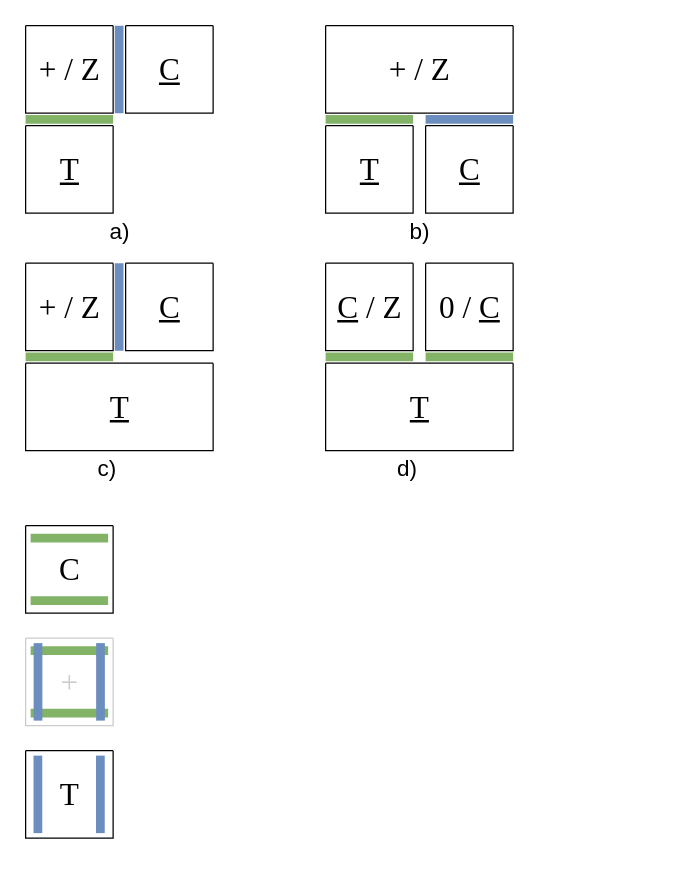
Earlier version of the draw.io diagram translation.drawio (alexandrupaler/alexandrupaler.github.io). Source tidied: cells renumbered, new cells numbered last; positions are measured from the earlier drawing's top-left corner, leaving out a move shared by most shapes. Both pictures are drawn from the tidied source at 125%, with x=0, y=0 at pixel (25, 25).
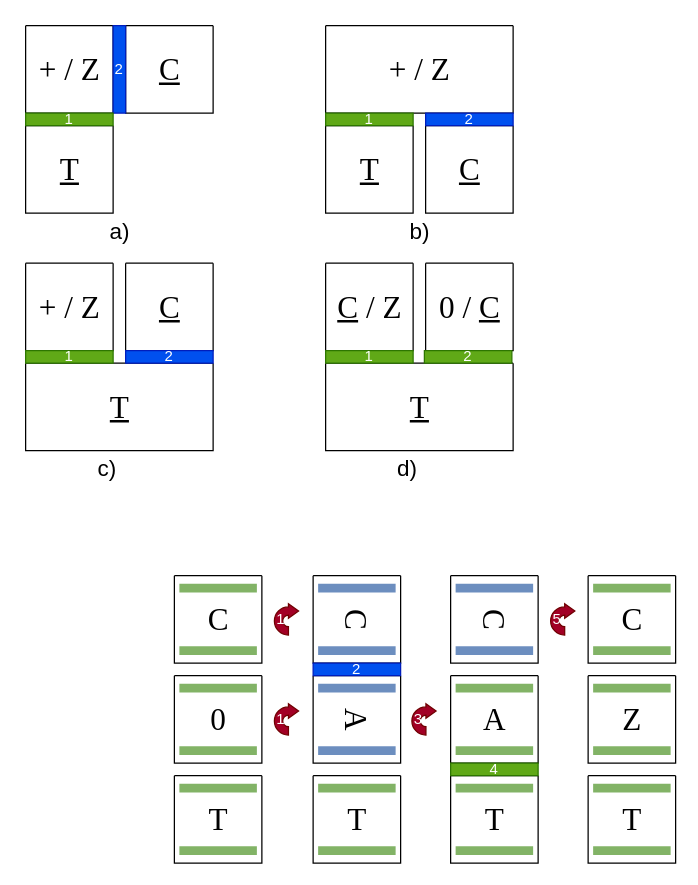
After the change.

Unchanged cells that the change refers to:
```xml
<mxCell id="4" style="swimlane;startSize=0;" parent="1" vertex="1">
  <mxGeometry x="80" width="70" height="70" as="geometry" />
</mxCell>
```

Diff of the diagram source:
```diff
@@
+    <mxCell id="6" style="swimlane;startSize=0;" parent="1" vertex="1">
+      <mxGeometry y="80" width="70" height="70" as="geometry" />
+    </mxCell>
+    <mxCell id="7" value="&lt;u&gt;&lt;font&gt;T&lt;/font&gt;&lt;/u&gt;" style="text;html=1;align=center;verticalAlign=middle;strokeColor=none;fillColor=none;fontSize=25;fontFamily=Garamond;" parent="6" vertex="1">
+      <mxGeometry x="15" y="15" width="40" height="40" as="geometry" />
+    </mxCell>
@@
-    <mxCell id="6" style="swimlane;startSize=0;" parent="1" vertex="1">
-      <mxGeometry y="80" width="70" height="70" as="geometry" />
-    </mxCell>
-    <mxCell id="7" value="&lt;u&gt;&lt;font&gt;T&lt;/font&gt;&lt;/u&gt;" style="text;html=1;align=center;verticalAlign=middle;strokeColor=none;fillColor=none;fontSize=25;fontFamily=Garamond;" parent="6" vertex="1">
-      <mxGeometry x="15" y="15" width="40" height="40" as="geometry" />
-    </mxCell>
+    <mxCell id="52" value="2" style="rounded=0;whiteSpace=wrap;html=1;fillColor=#0050ef;fontColor=#ffffff;strokeColor=#001DBC;" parent="4" vertex="1">
+      <mxGeometry x="-10" width="10" height="70" as="geometry" />
+    </mxCell>
@@
-    <mxCell id="26" style="endArrow=none;html=1;rounded=0;strokeWidth=7;fillColor=#d5e8d4;strokeColor=#82b366;" parent="1" edge="1">
-      <mxGeometry relative="1" as="geometry">
-        <mxPoint y="75" as="sourcePoint" />
-        <mxPoint x="70" y="75" as="targetPoint" />
-      </mxGeometry>
-    </mxCell>
-    <mxCell id="27" style="endArrow=none;html=1;rounded=0;strokeWidth=7;fillColor=#dae8fc;strokeColor=#6c8ebf;" parent="1" edge="1">
-      <mxGeometry relative="1" as="geometry">
-        <mxPoint x="74.8" as="sourcePoint" />
-        <mxPoint x="74.8" y="70" as="targetPoint" />
-      </mxGeometry>
-    </mxCell>
-    <mxCell id="28" style="endArrow=none;html=1;rounded=0;strokeWidth=7;fillColor=#d5e8d4;strokeColor=#82b366;" parent="1" edge="1">
-      <mxGeometry relative="1" as="geometry">
-        <mxPoint x="240" y="75" as="sourcePoint" />
-        <mxPoint x="310" y="75" as="targetPoint" />
-      </mxGeometry>
-    </mxCell>
-    <mxCell id="29" style="endArrow=none;html=1;rounded=0;strokeWidth=7;fillColor=#dae8fc;strokeColor=#6c8ebf;" parent="1" edge="1">
-      <mxGeometry relative="1" as="geometry">
-        <mxPoint x="320" y="75" as="sourcePoint" />
-        <mxPoint x="390" y="75" as="targetPoint" />
-      </mxGeometry>
-    </mxCell>
-    <mxCell id="30" style="endArrow=none;html=1;rounded=0;strokeWidth=7;fillColor=#d5e8d4;strokeColor=#82b366;" parent="1" edge="1">
-      <mxGeometry relative="1" as="geometry">
-        <mxPoint y="265" as="sourcePoint" />
-        <mxPoint x="70" y="265" as="targetPoint" />
-      </mxGeometry>
-    </mxCell>
-    <mxCell id="31" style="endArrow=none;html=1;rounded=0;strokeWidth=7;fillColor=#dae8fc;strokeColor=#6c8ebf;" parent="1" edge="1">
-      <mxGeometry relative="1" as="geometry">
-        <mxPoint x="74.8" y="190" as="sourcePoint" />
-        <mxPoint x="74.8" y="260" as="targetPoint" />
-      </mxGeometry>
-    </mxCell>
-    <mxCell id="32" style="endArrow=none;html=1;rounded=0;strokeWidth=7;fillColor=#d5e8d4;strokeColor=#82b366;" parent="1" edge="1">
-      <mxGeometry relative="1" as="geometry">
-        <mxPoint x="240" y="265" as="sourcePoint" />
-        <mxPoint x="310" y="265" as="targetPoint" />
-      </mxGeometry>
-    </mxCell>
-    <mxCell id="33" style="endArrow=none;html=1;rounded=0;strokeWidth=7;fillColor=#d5e8d4;strokeColor=#82b366;" parent="1" edge="1">
-      <mxGeometry relative="1" as="geometry">
-        <mxPoint x="320" y="265" as="sourcePoint" />
-        <mxPoint x="390" y="265" as="targetPoint" />
-      </mxGeometry>
-    </mxCell>
@@
-    <mxCell id="38" style="swimlane;startSize=0;" parent="1" vertex="1">
-      <mxGeometry y="400" width="70" height="70" as="geometry" />
-    </mxCell>
-    <mxCell id="39" value="&lt;font&gt;C&lt;/font&gt;" style="text;html=1;align=center;verticalAlign=middle;strokeColor=none;fillColor=none;fontSize=25;fontFamily=Garamond;" parent="38" vertex="1">
-      <mxGeometry x="15" y="15" width="40" height="40" as="geometry" />
-    </mxCell>
-    <mxCell id="40" style="endArrow=none;html=1;rounded=0;strokeWidth=7;fillColor=#d5e8d4;strokeColor=#82b366;" parent="38" edge="1">
-      <mxGeometry relative="1" as="geometry">
-        <mxPoint x="4" y="10" as="sourcePoint" />
-        <mxPoint x="66" y="10" as="targetPoint" />
-      </mxGeometry>
-    </mxCell>
-    <mxCell id="41" style="endArrow=none;html=1;rounded=0;strokeWidth=7;fillColor=#d5e8d4;strokeColor=#82b366;" parent="38" edge="1">
-      <mxGeometry relative="1" as="geometry">
-        <mxPoint x="4" y="60" as="sourcePoint" />
-        <mxPoint x="66" y="60" as="targetPoint" />
-      </mxGeometry>
-    </mxCell>
-    <mxCell id="42" style="swimlane;startSize=0;strokeColor=#CCCCCC;" parent="1" vertex="1">
-      <mxGeometry y="490" width="70" height="70" as="geometry" />
-    </mxCell>
-    <mxCell id="43" value="&lt;font&gt;+&lt;/font&gt;" style="text;html=1;align=center;verticalAlign=middle;strokeColor=none;fillColor=none;fontSize=25;fontFamily=Garamond;fontColor=#CCCCCC;" parent="42" vertex="1">
-      <mxGeometry x="15" y="15" width="40" height="40" as="geometry" />
-    </mxCell>
-    <mxCell id="44" style="endArrow=none;html=1;rounded=0;strokeWidth=7;fillColor=#d5e8d4;strokeColor=#82b366;" parent="42" edge="1">
-      <mxGeometry relative="1" as="geometry">
-        <mxPoint x="4" y="10" as="sourcePoint" />
-        <mxPoint x="66" y="10" as="targetPoint" />
-      </mxGeometry>
-    </mxCell>
-    <mxCell id="45" style="endArrow=none;html=1;rounded=0;strokeWidth=7;fillColor=#d5e8d4;strokeColor=#82b366;" parent="42" edge="1">
-      <mxGeometry relative="1" as="geometry">
-        <mxPoint x="4" y="60" as="sourcePoint" />
-        <mxPoint x="66" y="60" as="targetPoint" />
-      </mxGeometry>
-    </mxCell>
-    <mxCell id="46" style="endArrow=none;html=1;rounded=0;strokeWidth=7;fillColor=#dae8fc;strokeColor=#6c8ebf;" parent="42" edge="1">
-      <mxGeometry relative="1" as="geometry">
-        <mxPoint x="9.9" y="4" as="sourcePoint" />
-        <mxPoint x="9.9" y="66" as="targetPoint" />
-      </mxGeometry>
-    </mxCell>
-    <mxCell id="47" style="endArrow=none;html=1;rounded=0;strokeWidth=7;fillColor=#dae8fc;strokeColor=#6c8ebf;" parent="42" edge="1">
-      <mxGeometry relative="1" as="geometry">
-        <mxPoint x="59.9" y="4" as="sourcePoint" />
-        <mxPoint x="59.9" y="66" as="targetPoint" />
-      </mxGeometry>
-    </mxCell>
-    <mxCell id="48" style="swimlane;startSize=0;" parent="1" vertex="1">
-      <mxGeometry y="580" width="70" height="70" as="geometry" />
-    </mxCell>
-    <mxCell id="49" style="endArrow=none;html=1;rounded=0;strokeWidth=7;fillColor=#dae8fc;strokeColor=#6c8ebf;" parent="48" edge="1">
-      <mxGeometry relative="1" as="geometry">
-        <mxPoint x="9.8" y="4" as="sourcePoint" />
-        <mxPoint x="9.8" y="66" as="targetPoint" />
-      </mxGeometry>
-    </mxCell>
-    <mxCell id="50" style="endArrow=none;html=1;rounded=0;strokeWidth=7;fillColor=#dae8fc;strokeColor=#6c8ebf;" parent="48" edge="1">
-      <mxGeometry relative="1" as="geometry">
-        <mxPoint x="59.8" y="4" as="sourcePoint" />
-        <mxPoint x="59.8" y="66" as="targetPoint" />
-      </mxGeometry>
-    </mxCell>
-    <mxCell id="51" value="&lt;font&gt;T&lt;/font&gt;" style="text;html=1;align=center;verticalAlign=middle;strokeColor=none;fillColor=none;fontSize=25;fontFamily=Garamond;" parent="48" vertex="1">
-      <mxGeometry x="14.8" y="15" width="40" height="40" as="geometry" />
-    </mxCell>
+    <mxCell id="53" style="swimlane;startSize=0;" parent="1" vertex="1">
+      <mxGeometry x="119" y="440" width="70" height="70" as="geometry" />
+    </mxCell>
+    <mxCell id="54" value="&lt;font&gt;C&lt;/font&gt;" style="text;html=1;align=center;verticalAlign=middle;strokeColor=none;fillColor=none;fontSize=25;fontFamily=Garamond;" parent="53" vertex="1">
+      <mxGeometry x="15" y="15" width="40" height="40" as="geometry" />
+    </mxCell>
+    <mxCell id="55" style="endArrow=none;html=1;rounded=0;strokeWidth=7;fillColor=#d5e8d4;strokeColor=#82b366;" parent="53" edge="1">
+      <mxGeometry relative="1" as="geometry">
+        <mxPoint x="4" y="10" as="sourcePoint" />
+        <mxPoint x="66" y="10" as="targetPoint" />
+      </mxGeometry>
+    </mxCell>
+    <mxCell id="56" style="endArrow=none;html=1;rounded=0;strokeWidth=7;fillColor=#d5e8d4;strokeColor=#82b366;" parent="53" edge="1">
+      <mxGeometry relative="1" as="geometry">
+        <mxPoint x="4" y="60" as="sourcePoint" />
+        <mxPoint x="66" y="60" as="targetPoint" />
+      </mxGeometry>
+    </mxCell>
+    <mxCell id="57" style="swimlane;startSize=0;" parent="1" vertex="1">
+      <mxGeometry x="119" y="600" width="70" height="70" as="geometry" />
+    </mxCell>
+    <mxCell id="58" value="T" style="text;html=1;align=center;verticalAlign=middle;strokeColor=none;fillColor=none;fontSize=25;fontFamily=Garamond;" parent="57" vertex="1">
+      <mxGeometry x="15" y="15" width="40" height="40" as="geometry" />
+    </mxCell>
+    <mxCell id="59" style="endArrow=none;html=1;rounded=0;strokeWidth=7;fillColor=#d5e8d4;strokeColor=#82b366;" parent="57" edge="1">
+      <mxGeometry relative="1" as="geometry">
+        <mxPoint x="4" y="10" as="sourcePoint" />
+        <mxPoint x="66" y="10" as="targetPoint" />
+      </mxGeometry>
+    </mxCell>
+    <mxCell id="60" style="endArrow=none;html=1;rounded=0;strokeWidth=7;fillColor=#d5e8d4;strokeColor=#82b366;" parent="57" edge="1">
+      <mxGeometry relative="1" as="geometry">
+        <mxPoint x="4" y="60" as="sourcePoint" />
+        <mxPoint x="66" y="60" as="targetPoint" />
+      </mxGeometry>
+    </mxCell>
+    <mxCell id="61" value="1" style="html=1;shadow=0;dashed=0;align=left;verticalAlign=middle;shape=mxgraph.arrows2.uTurnArrow;dy=3.33;arrowHead=11.66;dx2=8.13;fillColor=#a20025;strokeColor=#6F0000;fontFamily=Helvetica;fontStyle=0;fontSize=12;fontColor=#ffffff;" parent="1" vertex="1">
+      <mxGeometry x="199" y="462.5" width="10" height="25" as="geometry" />
+    </mxCell>
+    <mxCell id="62" style="swimlane;startSize=0;" parent="1" vertex="1">
+      <mxGeometry x="230" y="440" width="70" height="70" as="geometry" />
+    </mxCell>
+    <mxCell id="63" value="&lt;font&gt;C&lt;/font&gt;" style="text;html=1;align=center;verticalAlign=middle;strokeColor=none;fillColor=none;fontSize=25;fontFamily=Garamond;rotation=90;" parent="62" vertex="1">
+      <mxGeometry x="15" y="15" width="40" height="40" as="geometry" />
+    </mxCell>
+    <mxCell id="64" style="endArrow=none;html=1;rounded=0;strokeWidth=7;fillColor=#dae8fc;strokeColor=#6c8ebf;" parent="62" edge="1">
+      <mxGeometry relative="1" as="geometry">
+        <mxPoint x="4" y="10" as="sourcePoint" />
+        <mxPoint x="66" y="10" as="targetPoint" />
+      </mxGeometry>
+    </mxCell>
+    <mxCell id="65" style="endArrow=none;html=1;rounded=0;strokeWidth=7;fillColor=#dae8fc;strokeColor=#6c8ebf;" parent="62" edge="1">
+      <mxGeometry relative="1" as="geometry">
+        <mxPoint x="4" y="60" as="sourcePoint" />
+        <mxPoint x="66" y="60" as="targetPoint" />
+      </mxGeometry>
+    </mxCell>
+    <mxCell id="66" style="swimlane;startSize=0;" parent="1" vertex="1">
+      <mxGeometry x="119" y="520" width="70" height="70" as="geometry" />
+    </mxCell>
+    <mxCell id="67" value="0" style="text;html=1;align=center;verticalAlign=middle;strokeColor=none;fillColor=none;fontSize=25;fontFamily=Garamond;" parent="66" vertex="1">
+      <mxGeometry x="15" y="15" width="40" height="40" as="geometry" />
+    </mxCell>
+    <mxCell id="68" style="endArrow=none;html=1;rounded=0;strokeWidth=7;fillColor=#d5e8d4;strokeColor=#82b366;" parent="66" edge="1">
+      <mxGeometry relative="1" as="geometry">
+        <mxPoint x="4" y="10" as="sourcePoint" />
+        <mxPoint x="66" y="10" as="targetPoint" />
+      </mxGeometry>
+    </mxCell>
+    <mxCell id="69" style="endArrow=none;html=1;rounded=0;strokeWidth=7;fillColor=#d5e8d4;strokeColor=#82b366;" parent="66" edge="1">
+      <mxGeometry relative="1" as="geometry">
+        <mxPoint x="4" y="60" as="sourcePoint" />
+        <mxPoint x="66" y="60" as="targetPoint" />
+      </mxGeometry>
+    </mxCell>
+    <mxCell id="70" style="swimlane;startSize=0;" parent="1" vertex="1">
+      <mxGeometry x="230" y="520" width="70" height="70" as="geometry" />
+    </mxCell>
+    <mxCell id="71" value="A" style="text;html=1;align=center;verticalAlign=middle;strokeColor=none;fillColor=none;fontSize=25;fontFamily=Garamond;rotation=90;" parent="70" vertex="1">
+      <mxGeometry x="15" y="15" width="40" height="40" as="geometry" />
+    </mxCell>
+    <mxCell id="72" style="endArrow=none;html=1;rounded=0;strokeWidth=7;fillColor=#dae8fc;strokeColor=#6c8ebf;" parent="70" edge="1">
+      <mxGeometry relative="1" as="geometry">
+        <mxPoint x="4" y="10" as="sourcePoint" />
+        <mxPoint x="66" y="10" as="targetPoint" />
+      </mxGeometry>
+    </mxCell>
+    <mxCell id="73" style="endArrow=none;html=1;rounded=0;strokeWidth=7;fillColor=#dae8fc;strokeColor=#6c8ebf;" parent="70" edge="1">
+      <mxGeometry relative="1" as="geometry">
+        <mxPoint x="4" y="60" as="sourcePoint" />
+        <mxPoint x="66" y="60" as="targetPoint" />
+      </mxGeometry>
+    </mxCell>
+    <mxCell id="74" style="swimlane;startSize=0;" parent="1" vertex="1">
+      <mxGeometry x="230" y="600" width="70" height="70" as="geometry" />
+    </mxCell>
+    <mxCell id="75" value="T" style="text;html=1;align=center;verticalAlign=middle;strokeColor=none;fillColor=none;fontSize=25;fontFamily=Garamond;" parent="74" vertex="1">
+      <mxGeometry x="15" y="15" width="40" height="40" as="geometry" />
+    </mxCell>
+    <mxCell id="76" style="endArrow=none;html=1;rounded=0;strokeWidth=7;fillColor=#d5e8d4;strokeColor=#82b366;" parent="74" edge="1">
+      <mxGeometry relative="1" as="geometry">
+        <mxPoint x="4" y="10" as="sourcePoint" />
+        <mxPoint x="66" y="10" as="targetPoint" />
+      </mxGeometry>
+    </mxCell>
+    <mxCell id="77" style="endArrow=none;html=1;rounded=0;strokeWidth=7;fillColor=#d5e8d4;strokeColor=#82b366;" parent="74" edge="1">
+      <mxGeometry relative="1" as="geometry">
+        <mxPoint x="4" y="60" as="sourcePoint" />
+        <mxPoint x="66" y="60" as="targetPoint" />
+      </mxGeometry>
+    </mxCell>
+    <mxCell id="78" style="swimlane;startSize=0;" parent="1" vertex="1">
+      <mxGeometry x="340" y="600" width="70" height="70" as="geometry" />
+    </mxCell>
+    <mxCell id="79" value="T" style="text;html=1;align=center;verticalAlign=middle;strokeColor=none;fillColor=none;fontSize=25;fontFamily=Garamond;" parent="78" vertex="1">
+      <mxGeometry x="15" y="15" width="40" height="40" as="geometry" />
+    </mxCell>
+    <mxCell id="80" style="endArrow=none;html=1;rounded=0;strokeWidth=7;fillColor=#d5e8d4;strokeColor=#82b366;" parent="78" edge="1">
+      <mxGeometry relative="1" as="geometry">
+        <mxPoint x="4" y="10" as="sourcePoint" />
+        <mxPoint x="66" y="10" as="targetPoint" />
+      </mxGeometry>
+    </mxCell>
+    <mxCell id="81" style="endArrow=none;html=1;rounded=0;strokeWidth=7;fillColor=#d5e8d4;strokeColor=#82b366;" parent="78" edge="1">
+      <mxGeometry relative="1" as="geometry">
+        <mxPoint x="4" y="60" as="sourcePoint" />
+        <mxPoint x="66" y="60" as="targetPoint" />
+      </mxGeometry>
+    </mxCell>
+    <mxCell id="82" style="swimlane;startSize=0;" parent="1" vertex="1">
+      <mxGeometry x="340" y="440" width="70" height="70" as="geometry" />
+    </mxCell>
+    <mxCell id="83" value="&lt;font&gt;C&lt;/font&gt;" style="text;html=1;align=center;verticalAlign=middle;strokeColor=none;fillColor=none;fontSize=25;fontFamily=Garamond;rotation=90;" parent="82" vertex="1">
+      <mxGeometry x="15" y="15" width="40" height="40" as="geometry" />
+    </mxCell>
+    <mxCell id="84" style="endArrow=none;html=1;rounded=0;strokeWidth=7;fillColor=#dae8fc;strokeColor=#6c8ebf;" parent="82" edge="1">
+      <mxGeometry relative="1" as="geometry">
+        <mxPoint x="4" y="10" as="sourcePoint" />
+        <mxPoint x="66" y="10" as="targetPoint" />
+      </mxGeometry>
+    </mxCell>
+    <mxCell id="85" style="endArrow=none;html=1;rounded=0;strokeWidth=7;fillColor=#dae8fc;strokeColor=#6c8ebf;" parent="82" edge="1">
+      <mxGeometry relative="1" as="geometry">
+        <mxPoint x="4" y="60" as="sourcePoint" />
+        <mxPoint x="66" y="60" as="targetPoint" />
+      </mxGeometry>
+    </mxCell>
+    <mxCell id="86" style="swimlane;startSize=0;" parent="1" vertex="1">
+      <mxGeometry x="340" y="520" width="70" height="70" as="geometry" />
+    </mxCell>
+    <mxCell id="87" value="A" style="text;html=1;align=center;verticalAlign=middle;strokeColor=none;fillColor=none;fontSize=25;fontFamily=Garamond;" parent="86" vertex="1">
+      <mxGeometry x="15" y="15" width="40" height="40" as="geometry" />
+    </mxCell>
+    <mxCell id="88" style="endArrow=none;html=1;rounded=0;strokeWidth=7;fillColor=#d5e8d4;strokeColor=#82b366;" parent="86" edge="1">
+      <mxGeometry relative="1" as="geometry">
+        <mxPoint x="4" y="10" as="sourcePoint" />
+        <mxPoint x="66" y="10" as="targetPoint" />
+      </mxGeometry>
+    </mxCell>
+    <mxCell id="89" style="endArrow=none;html=1;rounded=0;strokeWidth=7;fillColor=#d5e8d4;strokeColor=#82b366;" parent="86" edge="1">
+      <mxGeometry relative="1" as="geometry">
+        <mxPoint x="4" y="60" as="sourcePoint" />
+        <mxPoint x="66" y="60" as="targetPoint" />
+      </mxGeometry>
+    </mxCell>
+    <mxCell id="90" style="swimlane;startSize=0;" parent="1" vertex="1">
+      <mxGeometry x="450" y="440" width="70" height="70" as="geometry" />
+    </mxCell>
+    <mxCell id="91" value="&lt;font&gt;C&lt;/font&gt;" style="text;html=1;align=center;verticalAlign=middle;strokeColor=none;fillColor=none;fontSize=25;fontFamily=Garamond;" parent="90" vertex="1">
+      <mxGeometry x="15" y="15" width="40" height="40" as="geometry" />
+    </mxCell>
+    <mxCell id="92" style="endArrow=none;html=1;rounded=0;strokeWidth=7;fillColor=#d5e8d4;strokeColor=#82b366;" parent="90" edge="1">
+      <mxGeometry relative="1" as="geometry">
+        <mxPoint x="4" y="10" as="sourcePoint" />
+        <mxPoint x="66" y="10" as="targetPoint" />
+      </mxGeometry>
+    </mxCell>
+    <mxCell id="93" style="endArrow=none;html=1;rounded=0;strokeWidth=7;fillColor=#d5e8d4;strokeColor=#82b366;" parent="90" edge="1">
+      <mxGeometry relative="1" as="geometry">
+        <mxPoint x="4" y="60" as="sourcePoint" />
+        <mxPoint x="66" y="60" as="targetPoint" />
+      </mxGeometry>
+    </mxCell>
+    <mxCell id="94" style="swimlane;startSize=0;" parent="1" vertex="1">
+      <mxGeometry x="450" y="600" width="70" height="70" as="geometry" />
+    </mxCell>
+    <mxCell id="95" value="T" style="text;html=1;align=center;verticalAlign=middle;strokeColor=none;fillColor=none;fontSize=25;fontFamily=Garamond;" parent="94" vertex="1">
+      <mxGeometry x="15" y="15" width="40" height="40" as="geometry" />
+    </mxCell>
+    <mxCell id="96" style="endArrow=none;html=1;rounded=0;strokeWidth=7;fillColor=#d5e8d4;strokeColor=#82b366;" parent="94" edge="1">
+      <mxGeometry relative="1" as="geometry">
+        <mxPoint x="4" y="10" as="sourcePoint" />
+        <mxPoint x="66" y="10" as="targetPoint" />
+      </mxGeometry>
+    </mxCell>
+    <mxCell id="97" style="endArrow=none;html=1;rounded=0;strokeWidth=7;fillColor=#d5e8d4;strokeColor=#82b366;" parent="94" edge="1">
+      <mxGeometry relative="1" as="geometry">
+        <mxPoint x="4" y="60" as="sourcePoint" />
+        <mxPoint x="66" y="60" as="targetPoint" />
+      </mxGeometry>
+    </mxCell>
+    <mxCell id="98" style="swimlane;startSize=0;" parent="1" vertex="1">
+      <mxGeometry x="450" y="520" width="70" height="70" as="geometry" />
+    </mxCell>
+    <mxCell id="99" value="Z" style="text;html=1;align=center;verticalAlign=middle;strokeColor=none;fillColor=none;fontSize=25;fontFamily=Garamond;" parent="98" vertex="1">
+      <mxGeometry x="15" y="15" width="40" height="40" as="geometry" />
+    </mxCell>
+    <mxCell id="100" style="endArrow=none;html=1;rounded=0;strokeWidth=7;fillColor=#d5e8d4;strokeColor=#82b366;" parent="98" edge="1">
+      <mxGeometry relative="1" as="geometry">
+        <mxPoint x="4" y="10" as="sourcePoint" />
+        <mxPoint x="66" y="10" as="targetPoint" />
+      </mxGeometry>
+    </mxCell>
+    <mxCell id="101" style="endArrow=none;html=1;rounded=0;strokeWidth=7;fillColor=#d5e8d4;strokeColor=#82b366;" parent="98" edge="1">
+      <mxGeometry relative="1" as="geometry">
+        <mxPoint x="4" y="60" as="sourcePoint" />
+        <mxPoint x="66" y="60" as="targetPoint" />
+      </mxGeometry>
+    </mxCell>
+    <mxCell id="102" value="1" style="rounded=0;whiteSpace=wrap;html=1;fillColor=#60a917;fontColor=#ffffff;strokeColor=#2D7600;" parent="1" vertex="1">
+      <mxGeometry y="70" width="70" height="10" as="geometry" />
+    </mxCell>
+    <mxCell id="103" value="2" style="rounded=0;whiteSpace=wrap;html=1;fillColor=#0050ef;fontColor=#ffffff;strokeColor=#001DBC;" parent="1" vertex="1">
+      <mxGeometry x="320" y="70" width="70" height="10" as="geometry" />
+    </mxCell>
+    <mxCell id="104" value="1" style="rounded=0;whiteSpace=wrap;html=1;fillColor=#60a917;fontColor=#ffffff;strokeColor=#2D7600;" parent="1" vertex="1">
+      <mxGeometry x="240" y="70" width="70" height="10" as="geometry" />
+    </mxCell>
+    <mxCell id="105" value="1" style="rounded=0;whiteSpace=wrap;html=1;fillColor=#60a917;fontColor=#ffffff;strokeColor=#2D7600;" parent="1" vertex="1">
+      <mxGeometry y="260" width="70" height="10" as="geometry" />
+    </mxCell>
+    <mxCell id="106" value="2" style="rounded=0;whiteSpace=wrap;html=1;fillColor=#0050ef;fontColor=#ffffff;strokeColor=#001DBC;" parent="1" vertex="1">
+      <mxGeometry x="80" y="260" width="70" height="10" as="geometry" />
+    </mxCell>
+    <mxCell id="107" value="1" style="rounded=0;whiteSpace=wrap;html=1;fillColor=#60a917;fontColor=#ffffff;strokeColor=#2D7600;" parent="1" vertex="1">
+      <mxGeometry x="240" y="260" width="70" height="10" as="geometry" />
+    </mxCell>
+    <mxCell id="108" value="2" style="rounded=0;whiteSpace=wrap;html=1;fillColor=#60a917;fontColor=#ffffff;strokeColor=#2D7600;" parent="1" vertex="1">
+      <mxGeometry x="319" y="260" width="70" height="10" as="geometry" />
+    </mxCell>
+    <mxCell id="109" value="2" style="rounded=0;whiteSpace=wrap;html=1;fillColor=#0050ef;fontColor=#ffffff;strokeColor=#001DBC;" parent="1" vertex="1">
+      <mxGeometry x="230" y="510" width="70" height="10" as="geometry" />
+    </mxCell>
+    <mxCell id="110" value="4" style="rounded=0;whiteSpace=wrap;html=1;fillColor=#60a917;fontColor=#ffffff;strokeColor=#2D7600;" parent="1" vertex="1">
+      <mxGeometry x="340" y="590" width="70" height="10" as="geometry" />
+    </mxCell>
+    <mxCell id="111" value="1" style="html=1;shadow=0;dashed=0;align=left;verticalAlign=middle;shape=mxgraph.arrows2.uTurnArrow;dy=3.33;arrowHead=11.66;dx2=8.13;fillColor=#a20025;strokeColor=#6F0000;fontFamily=Helvetica;fontStyle=0;fontSize=12;fontColor=#ffffff;" parent="1" vertex="1">
+      <mxGeometry x="199" y="542.5" width="10" height="25" as="geometry" />
+    </mxCell>
+    <mxCell id="112" value="3" style="html=1;shadow=0;dashed=0;align=left;verticalAlign=middle;shape=mxgraph.arrows2.uTurnArrow;dy=3.33;arrowHead=11.66;dx2=8.13;fillColor=#a20025;strokeColor=#6F0000;fontFamily=Helvetica;fontStyle=0;fontSize=12;fontColor=#ffffff;" parent="1" vertex="1">
+      <mxGeometry x="309" y="542.5" width="10" height="25" as="geometry" />
+    </mxCell>
+    <mxCell id="113" value="5" style="html=1;shadow=0;dashed=0;align=left;verticalAlign=middle;shape=mxgraph.arrows2.uTurnArrow;dy=3.33;arrowHead=11.66;dx2=8.13;fillColor=#a20025;strokeColor=#6F0000;fontFamily=Helvetica;fontStyle=0;fontSize=12;fontColor=#ffffff;" parent="1" vertex="1">
+      <mxGeometry x="420" y="462.5" width="10" height="25" as="geometry" />
+    </mxCell>
```
